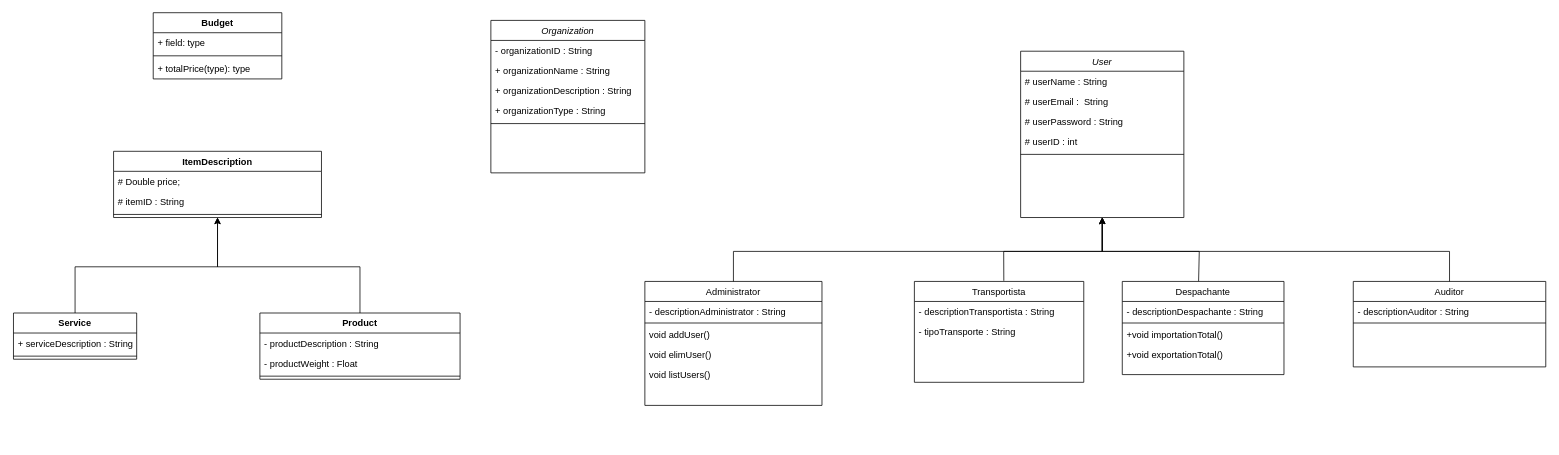
Before: ClassDiagramLP3_project.drawio in MMonzon00/LP3_Backend_java, a draw.io diagram. Source tidied: cells renumbered, new cells numbered last; positions are measured from the earlier drawing's top-left corner, leaving out a move shared by most shapes. Both pictures are drawn from the tidied source at 77%, with x=0, y=0 at pixel (13, 12).
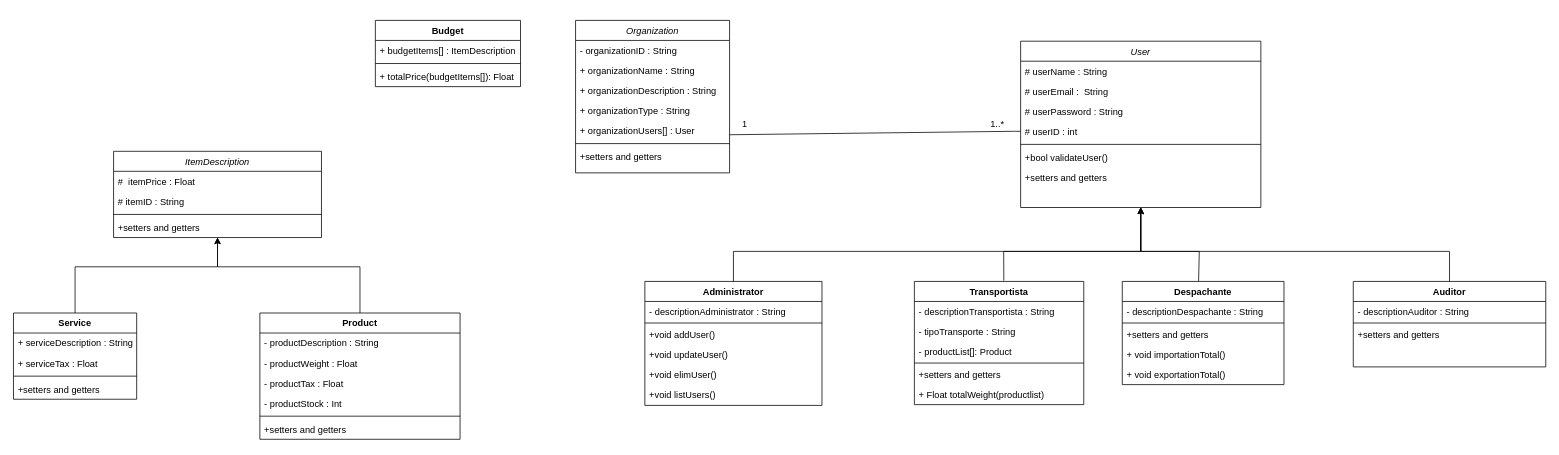
The same page after the edit.

Change to the diagram source:
```diff
@@
     <mxCell id="2" value="Organization" style="swimlane;fontStyle=2;align=center;verticalAlign=top;horizontal=1;startSize=26;rounded=0;shadow=0;strokeWidth=1;" parent="1" vertex="1">
-      <mxGeometry x="620" y="10" width="200" height="198" as="geometry" />
+      <mxGeometry x="730" y="10" width="200" height="198" as="geometry" />
     </mxCell>
@@
+    <mxCell id="52" value="+ organizationUsers[] : User" style="text;align=left;verticalAlign=top;spacingLeft=4;spacingRight=4;overflow=hidden;rounded=0;shadow=0;html=0;" parent="2" vertex="1">
+      <mxGeometry y="130" width="200" height="26" as="geometry" />
+    </mxCell>
     <mxCell id="7" style="line;html=1;strokeWidth=1;align=left;verticalAlign=middle;spacingTop=-1;spacingLeft=3;spacingRight=3;labelPosition=right;" parent="2" vertex="1">
-      <mxGeometry y="130" width="200" height="8" as="geometry" />
+      <mxGeometry y="156" width="200" height="8" as="geometry" />
     </mxCell>
+    <mxCell id="53" value="+setters and getters" style="text;align=left;verticalAlign=top;spacingLeft=4;spacingRight=4;overflow=hidden;" parent="2" vertex="1">
+      <mxGeometry y="164" width="200" height="26" as="geometry" />
+    </mxCell>
-    <mxCell id="8" value="Administrator" style="swimlane;fontStyle=0;align=center;verticalAlign=top;horizontal=1;startSize=26;rounded=0;shadow=0;strokeWidth=1;" parent="1" vertex="1">
+    <mxCell id="8" value="Administrator" style="swimlane;fontStyle=1;align=center;verticalAlign=top;horizontal=1;startSize=26;rounded=0;shadow=0;strokeWidth=1;" parent="1" vertex="1">
       <mxGeometry x="820" y="349" width="230" height="161" as="geometry" />
     </mxCell>
@@
-    <mxCell id="11" value="void addUser()&#10;" style="text;align=left;verticalAlign=top;spacingLeft=4;spacingRight=4;overflow=hidden;" parent="8" vertex="1">
+    <mxCell id="11" value="+void addUser()&#10;" style="text;align=left;verticalAlign=top;spacingLeft=4;spacingRight=4;overflow=hidden;" parent="8" vertex="1">
       <mxGeometry y="56" width="230" height="26" as="geometry" />
     </mxCell>
+    <mxCell id="54" value="+void updateUser()&#10;" style="text;align=left;verticalAlign=top;spacingLeft=4;spacingRight=4;overflow=hidden;" parent="8" vertex="1">
+      <mxGeometry y="82" width="230" height="26" as="geometry" />
+    </mxCell>
-    <mxCell id="12" value="void elimUser()" style="text;align=left;verticalAlign=top;spacingLeft=4;spacingRight=4;overflow=hidden;" parent="8" vertex="1">
-      <mxGeometry y="82" width="230" height="26" as="geometry" />
+    <mxCell id="12" value="+void elimUser()" style="text;align=left;verticalAlign=top;spacingLeft=4;spacingRight=4;overflow=hidden;" parent="8" vertex="1">
+      <mxGeometry y="108" width="230" height="26" as="geometry" />
     </mxCell>
-    <mxCell id="13" value="void listUsers()" style="text;align=left;verticalAlign=top;spacingLeft=4;spacingRight=4;overflow=hidden;" parent="8" vertex="1">
-      <mxGeometry y="108" width="230" height="26" as="geometry" />
+    <mxCell id="13" value="+void listUsers()" style="text;align=left;verticalAlign=top;spacingLeft=4;spacingRight=4;overflow=hidden;" parent="8" vertex="1">
+      <mxGeometry y="134" width="230" height="26" as="geometry" />
     </mxCell>
     <mxCell id="14" value="User" style="swimlane;fontStyle=2;align=center;verticalAlign=top;horizontal=1;startSize=26;rounded=0;shadow=0;strokeWidth=1;" parent="1" vertex="1">
-      <mxGeometry x="1308" y="50" width="212" height="216" as="geometry" />
+      <mxGeometry x="1308" y="37" width="312" height="216" as="geometry" />
     </mxCell>
     <mxCell id="15" value="# userName : String " style="text;align=left;verticalAlign=top;spacingLeft=4;spacingRight=4;overflow=hidden;" parent="14" vertex="1">
-      <mxGeometry y="26" width="212" height="26" as="geometry" />
+      <mxGeometry y="26" width="312" height="26" as="geometry" />
     </mxCell>
     <mxCell id="16" value="# userEmail :  String " style="text;align=left;verticalAlign=top;spacingLeft=4;spacingRight=4;overflow=hidden;rounded=0;shadow=0;html=0;" parent="14" vertex="1">
-      <mxGeometry y="52" width="212" height="26" as="geometry" />
+      <mxGeometry y="52" width="312" height="26" as="geometry" />
     </mxCell>
     <mxCell id="17" value=" # userPassword : String  &#10;" style="text;align=left;verticalAlign=top;spacingLeft=4;spacingRight=4;overflow=hidden;rounded=0;shadow=0;html=0;" parent="14" vertex="1">
-      <mxGeometry y="78" width="212" height="26" as="geometry" />
+      <mxGeometry y="78" width="312" height="26" as="geometry" />
     </mxCell>
     <mxCell id="18" value=" # userID : int&#10;" style="text;align=left;verticalAlign=top;spacingLeft=4;spacingRight=4;overflow=hidden;points=[[0,0.5],[1,0.5]];portConstraint=eastwest;rounded=0;shadow=0;html=0;" parent="14" vertex="1">
-      <mxGeometry y="104" width="212" height="26" as="geometry" />
+      <mxGeometry y="104" width="312" height="26" as="geometry" />
     </mxCell>
     <mxCell id="19" style="line;html=1;strokeWidth=1;align=left;verticalAlign=middle;spacingTop=-1;spacingLeft=3;spacingRight=3;labelPosition=right;" parent="14" vertex="1">
-      <mxGeometry y="130" width="212" height="8" as="geometry" />
+      <mxGeometry y="130" width="312" height="8" as="geometry" />
     </mxCell>
+    <mxCell id="55" value="+bool validateUser()&#10;" style="text;align=left;verticalAlign=top;spacingLeft=4;spacingRight=4;overflow=hidden;" parent="14" vertex="1">
+      <mxGeometry y="138" width="312" height="26" as="geometry" />
+    </mxCell>
+    <mxCell id="56" value="+setters and getters" style="text;align=left;verticalAlign=top;spacingLeft=4;spacingRight=4;overflow=hidden;" parent="14" vertex="1">
+      <mxGeometry y="164" width="312" height="26" as="geometry" />
+    </mxCell>
     <mxCell id="20" value="Service" style="swimlane;fontStyle=1;align=center;verticalAlign=top;horizontal=1;startSize=26;" parent="1" vertex="1">
-      <mxGeometry y="390" width="160" height="60" as="geometry" />
+      <mxGeometry y="390" width="160" height="112" as="geometry" />
     </mxCell>
@@
+    <mxCell id="57" value="+ serviceTax : Float" style="text;strokeColor=none;fillColor=none;align=left;verticalAlign=top;spacingLeft=4;spacingRight=4;overflow=hidden;" parent="20" vertex="1">
+      <mxGeometry y="52" width="160" height="26" as="geometry" />
+    </mxCell>
     <mxCell id="22" style="line;strokeWidth=1;fillColor=none;align=left;verticalAlign=middle;spacingTop=-1;spacingLeft=3;spacingRight=3;labelPosition=right;" parent="20" vertex="1">
-      <mxGeometry y="52" width="160" height="8" as="geometry" />
+      <mxGeometry y="78" width="160" height="8" as="geometry" />
     </mxCell>
+    <mxCell id="58" value="+setters and getters" style="text;align=left;verticalAlign=top;spacingLeft=4;spacingRight=4;overflow=hidden;" parent="20" vertex="1">
+      <mxGeometry y="86" width="160" height="26" as="geometry" />
+    </mxCell>
     <mxCell id="23" value="Product" style="swimlane;fontStyle=1;align=center;verticalAlign=top;horizontal=1;startSize=26;" parent="1" vertex="1">
-      <mxGeometry x="320" y="390" width="260" height="86" as="geometry" />
+      <mxGeometry x="320" y="390" width="260" height="164" as="geometry" />
     </mxCell>
@@
+    <mxCell id="59" value="- productTax : Float&#10;" style="text;strokeColor=none;fillColor=none;align=left;verticalAlign=top;spacingLeft=4;spacingRight=4;overflow=hidden;" parent="23" vertex="1">
+      <mxGeometry y="78" width="260" height="26" as="geometry" />
+    </mxCell>
+    <mxCell id="60" value="- productStock : Int&#10;" style="text;strokeColor=none;fillColor=none;align=left;verticalAlign=top;spacingLeft=4;spacingRight=4;overflow=hidden;" parent="23" vertex="1">
+      <mxGeometry y="104" width="260" height="26" as="geometry" />
+    </mxCell>
     <mxCell id="26" style="line;strokeWidth=1;fillColor=none;align=left;verticalAlign=middle;spacingTop=-1;spacingLeft=3;spacingRight=3;labelPosition=right;" parent="23" vertex="1">
-      <mxGeometry y="78" width="260" height="8" as="geometry" />
+      <mxGeometry y="130" width="260" height="8" as="geometry" />
     </mxCell>
+    <mxCell id="61" value="+setters and getters" style="text;align=left;verticalAlign=top;spacingLeft=4;spacingRight=4;overflow=hidden;" parent="23" vertex="1">
+      <mxGeometry y="138" width="260" height="26" as="geometry" />
+    </mxCell>
-    <mxCell id="27" value="ItemDescription" style="swimlane;fontStyle=1;align=center;verticalAlign=top;horizontal=1;startSize=26;" parent="1" vertex="1">
-      <mxGeometry x="130" y="180" width="270" height="86" as="geometry" />
+    <mxCell id="27" value="ItemDescription" style="swimlane;fontStyle=2;align=center;verticalAlign=top;horizontal=1;startSize=26;" parent="1" vertex="1">
+      <mxGeometry x="130" y="180" width="270" height="112" as="geometry" />
     </mxCell>
-    <mxCell id="28" value="# Double price;&#10;" style="text;strokeColor=none;fillColor=none;align=left;verticalAlign=top;spacingLeft=4;spacingRight=4;overflow=hidden;" parent="27" vertex="1">
+    <mxCell id="28" value="#  itemPrice : Float&#10;" style="text;strokeColor=none;fillColor=none;align=left;verticalAlign=top;spacingLeft=4;spacingRight=4;overflow=hidden;" parent="27" vertex="1">
       <mxGeometry y="26" width="270" height="26" as="geometry" />
     </mxCell>
@@
+    <mxCell id="62" value="+setters and getters" style="text;align=left;verticalAlign=top;spacingLeft=4;spacingRight=4;overflow=hidden;" parent="27" vertex="1">
+      <mxGeometry y="86" width="270" height="26" as="geometry" />
+    </mxCell>
-    <mxCell id="31" value="Transportista" style="swimlane;fontStyle=0;align=center;verticalAlign=top;horizontal=1;startSize=26;rounded=0;shadow=0;strokeWidth=1;" parent="1" vertex="1">
-      <mxGeometry x="1170" y="349" width="220" height="131" as="geometry" />
+    <mxCell id="31" value="Transportista" style="swimlane;fontStyle=1;align=center;verticalAlign=top;horizontal=1;startSize=26;rounded=0;shadow=0;strokeWidth=1;" parent="1" vertex="1">
+      <mxGeometry x="1170" y="349" width="220" height="160" as="geometry" />
     </mxCell>
@@
+    <mxCell id="63" value="- productList[]: Product " style="text;strokeColor=none;fillColor=none;align=left;verticalAlign=top;spacingLeft=4;spacingRight=4;overflow=hidden;" parent="31" vertex="1">
+      <mxGeometry y="78" width="220" height="26" as="geometry" />
+    </mxCell>
+    <mxCell id="64" style="line;html=1;strokeWidth=1;align=left;verticalAlign=middle;spacingTop=-1;spacingLeft=3;spacingRight=3;labelPosition=right;" parent="31" vertex="1">
+      <mxGeometry y="104" width="220" height="4" as="geometry" />
+    </mxCell>
+    <mxCell id="65" value="+setters and getters" style="text;align=left;verticalAlign=top;spacingLeft=4;spacingRight=4;overflow=hidden;" parent="31" vertex="1">
+      <mxGeometry y="108" width="220" height="26" as="geometry" />
+    </mxCell>
+    <mxCell id="66" value="+ Float totalWeight(productlist)&#10;" style="text;align=left;verticalAlign=top;spacingLeft=4;spacingRight=4;overflow=hidden;" parent="31" vertex="1">
+      <mxGeometry y="134" width="220" height="26" as="geometry" />
+    </mxCell>
-    <mxCell id="34" value="Despachante" style="swimlane;fontStyle=0;align=center;verticalAlign=top;horizontal=1;startSize=26;rounded=0;shadow=0;strokeWidth=1;" parent="1" vertex="1">
-      <mxGeometry x="1440" y="349" width="210" height="121" as="geometry" />
+    <mxCell id="34" value="Despachante" style="swimlane;fontStyle=1;align=center;verticalAlign=top;horizontal=1;startSize=26;rounded=0;shadow=0;strokeWidth=1;" parent="1" vertex="1">
+      <mxGeometry x="1440" y="349" width="210" height="134" as="geometry" />
     </mxCell>
@@
+    <mxCell id="67" value="+setters and getters" style="text;align=left;verticalAlign=top;spacingLeft=4;spacingRight=4;overflow=hidden;" parent="34" vertex="1">
+      <mxGeometry y="56" width="210" height="26" as="geometry" />
+    </mxCell>
-    <mxCell id="37" value="+void importationTotal()&#10;" style="text;align=left;verticalAlign=top;spacingLeft=4;spacingRight=4;overflow=hidden;" parent="34" vertex="1">
-      <mxGeometry y="56" width="210" height="26" as="geometry" />
+    <mxCell id="37" value="+ void importationTotal()&#10;" style="text;align=left;verticalAlign=top;spacingLeft=4;spacingRight=4;overflow=hidden;" parent="34" vertex="1">
+      <mxGeometry y="82" width="210" height="26" as="geometry" />
     </mxCell>
-    <mxCell id="38" value="+void exportationTotal()&#10;" style="text;align=left;verticalAlign=top;spacingLeft=4;spacingRight=4;overflow=hidden;" parent="34" vertex="1">
-      <mxGeometry y="82" width="210" height="26" as="geometry" />
+    <mxCell id="38" value="+ void exportationTotal()&#10;" style="text;align=left;verticalAlign=top;spacingLeft=4;spacingRight=4;overflow=hidden;" parent="34" vertex="1">
+      <mxGeometry y="108" width="210" height="26" as="geometry" />
     </mxCell>
-    <mxCell id="39" value="Auditor" style="swimlane;fontStyle=0;align=center;verticalAlign=top;horizontal=1;startSize=26;rounded=0;shadow=0;strokeWidth=1;" parent="1" vertex="1">
+    <mxCell id="39" value="Auditor" style="swimlane;fontStyle=1;align=center;verticalAlign=top;horizontal=1;startSize=26;rounded=0;shadow=0;strokeWidth=1;" parent="1" vertex="1">
       <mxGeometry x="1740" y="349" width="250" height="111" as="geometry" />
     </mxCell>
@@
+    <mxCell id="68" value="+setters and getters" style="text;align=left;verticalAlign=top;spacingLeft=4;spacingRight=4;overflow=hidden;" parent="39" vertex="1">
+      <mxGeometry y="56" width="250" height="26" as="geometry" />
+    </mxCell>
     <mxCell id="42" style="endArrow=classic;html=1;rounded=0;exitX=0.5;exitY=0;exitDx=0;exitDy=0;entryX=0.5;entryY=1;entryDx=0;entryDy=0;" parent="1" edge="1" source="8" target="14">
       <mxGeometry relative="1" as="geometry">
         <Array as="points">
           <mxPoint x="935" y="310" />
-          <mxPoint x="1414" y="310" />
+          <mxPoint x="1464" y="310" />
         </Array>
       </mxGeometry>
     </mxCell>
     <mxCell id="43" style="endArrow=classic;html=1;rounded=0;exitX=0.528;exitY=-0.006;exitDx=0;exitDy=0;exitPerimeter=0;entryX=0.5;entryY=1;entryDx=0;entryDy=0;" parent="1" edge="1" source="31" target="14">
       <mxGeometry relative="1" as="geometry">
         <Array as="points">
           <mxPoint x="1286" y="310" />
-          <mxPoint x="1414" y="310" />
+          <mxPoint x="1464" y="310" />
         </Array>
       </mxGeometry>
     </mxCell>
     <mxCell id="44" style="endArrow=classic;html=1;rounded=0;exitX=0.472;exitY=-0.003;exitDx=0;exitDy=0;exitPerimeter=0;entryX=0.5;entryY=1;entryDx=0;entryDy=0;" parent="1" edge="1" source="34" target="14">
       <mxGeometry relative="1" as="geometry">
         <Array as="points">
           <mxPoint x="1540" y="310" />
-          <mxPoint x="1414" y="310" />
+          <mxPoint x="1464" y="310" />
         </Array>
       </mxGeometry>
     </mxCell>
     <mxCell id="45" style="endArrow=classic;html=1;rounded=0;exitX=0.5;exitY=0;exitDx=0;exitDy=0;entryX=0.5;entryY=1;entryDx=0;entryDy=0;" parent="1" edge="1" source="39" target="14">
       <mxGeometry relative="1" as="geometry">
         <Array as="points">
           <mxPoint x="1865" y="310" />
-          <mxPoint x="1414" y="310" />
+          <mxPoint x="1464" y="310" />
         </Array>
       </mxGeometry>
     </mxCell>
@@
     <mxCell id="48" value="Budget" style="swimlane;fontStyle=1;align=center;verticalAlign=top;horizontal=1;startSize=26;" parent="1" vertex="1">
-      <mxGeometry x="181.5" width="167" height="86" as="geometry" />
+      <mxGeometry x="470" y="10" width="188.5" height="86" as="geometry" />
     </mxCell>
-    <mxCell id="49" value="+ field: type" style="text;strokeColor=none;fillColor=none;align=left;verticalAlign=top;spacingLeft=4;spacingRight=4;overflow=hidden;" parent="48" vertex="1">
-      <mxGeometry y="26" width="167" height="26" as="geometry" />
+    <mxCell id="49" value="+ budgetItems[] : ItemDescription" style="text;strokeColor=none;fillColor=none;align=left;verticalAlign=top;spacingLeft=4;spacingRight=4;overflow=hidden;" parent="48" vertex="1">
+      <mxGeometry y="26" width="188.5" height="26" as="geometry" />
     </mxCell>
     <mxCell id="50" style="line;strokeWidth=1;fillColor=none;align=left;verticalAlign=middle;spacingTop=-1;spacingLeft=3;spacingRight=3;labelPosition=right;" parent="48" vertex="1">
-      <mxGeometry y="52" width="167" height="8" as="geometry" />
+      <mxGeometry y="52" width="188.5" height="8" as="geometry" />
     </mxCell>
-    <mxCell id="51" value="+ totalPrice(type): type" style="text;strokeColor=none;fillColor=none;align=left;verticalAlign=top;spacingLeft=4;spacingRight=4;overflow=hidden;" parent="48" vertex="1">
-      <mxGeometry y="60" width="167" height="26" as="geometry" />
+    <mxCell id="51" value="+ totalPrice(budgetItems[]): Float" style="text;strokeColor=none;fillColor=none;align=left;verticalAlign=top;spacingLeft=4;spacingRight=4;overflow=hidden;" parent="48" vertex="1">
+      <mxGeometry y="60" width="188.5" height="26" as="geometry" />
     </mxCell>
+    <mxCell id="69" value="1" style="text;html=1;strokeColor=none;fillColor=none;align=center;verticalAlign=middle;whiteSpace=wrap;rounded=0;" parent="1" vertex="1">
+      <mxGeometry x="920" y="130" width="60" height="30" as="geometry" />
+    </mxCell>
+    <mxCell id="70" value="1..*" style="text;html=1;strokeColor=none;fillColor=none;align=center;verticalAlign=middle;whiteSpace=wrap;rounded=0;" parent="1" vertex="1">
+      <mxGeometry x="1248" y="130" width="60" height="30" as="geometry" />
+    </mxCell>
+    <mxCell id="71" style="endArrow=none;html=1;rounded=0;entryX=0;entryY=0.5;entryDx=0;entryDy=0;exitX=1;exitY=0.75;exitDx=0;exitDy=0;" parent="1" edge="1" source="2" target="18">
+      <mxGeometry relative="1" as="geometry">
+        <Array as="points">
+          <mxPoint x="1300" y="154" />
+        </Array>
+      </mxGeometry>
+    </mxCell>
```
